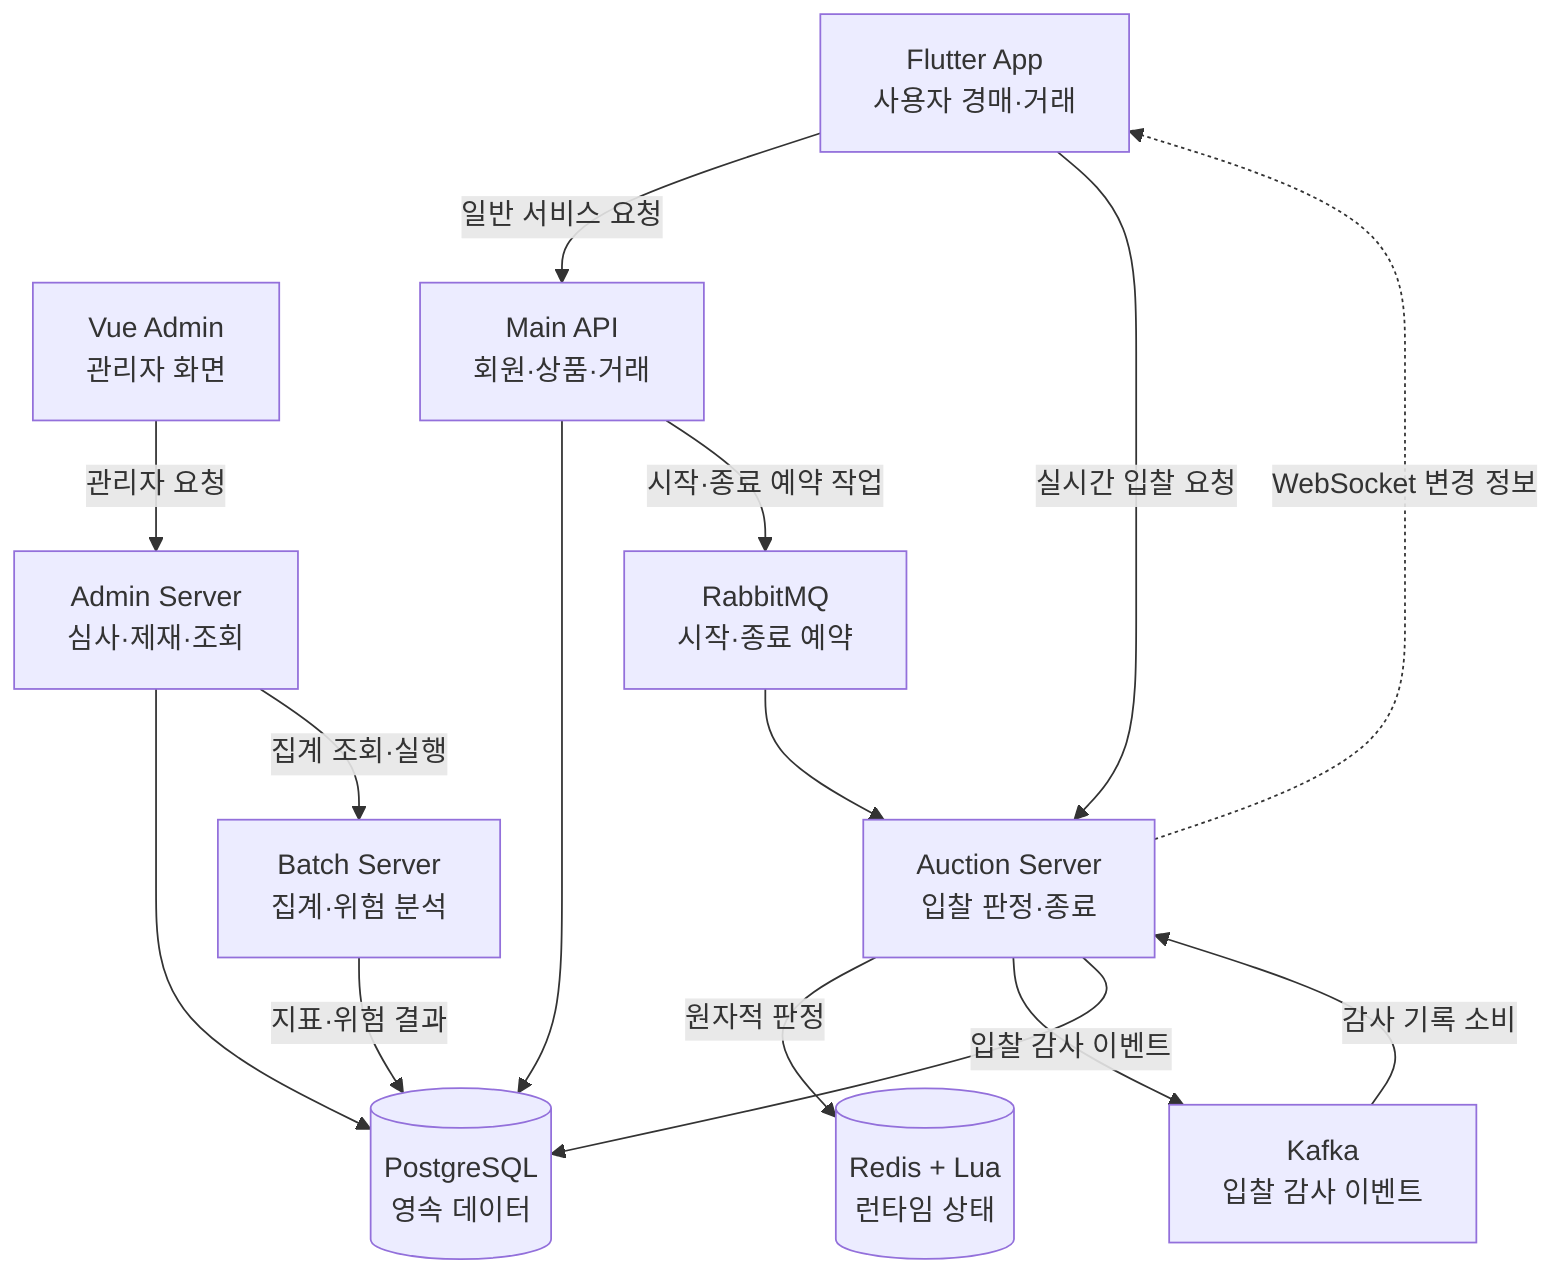
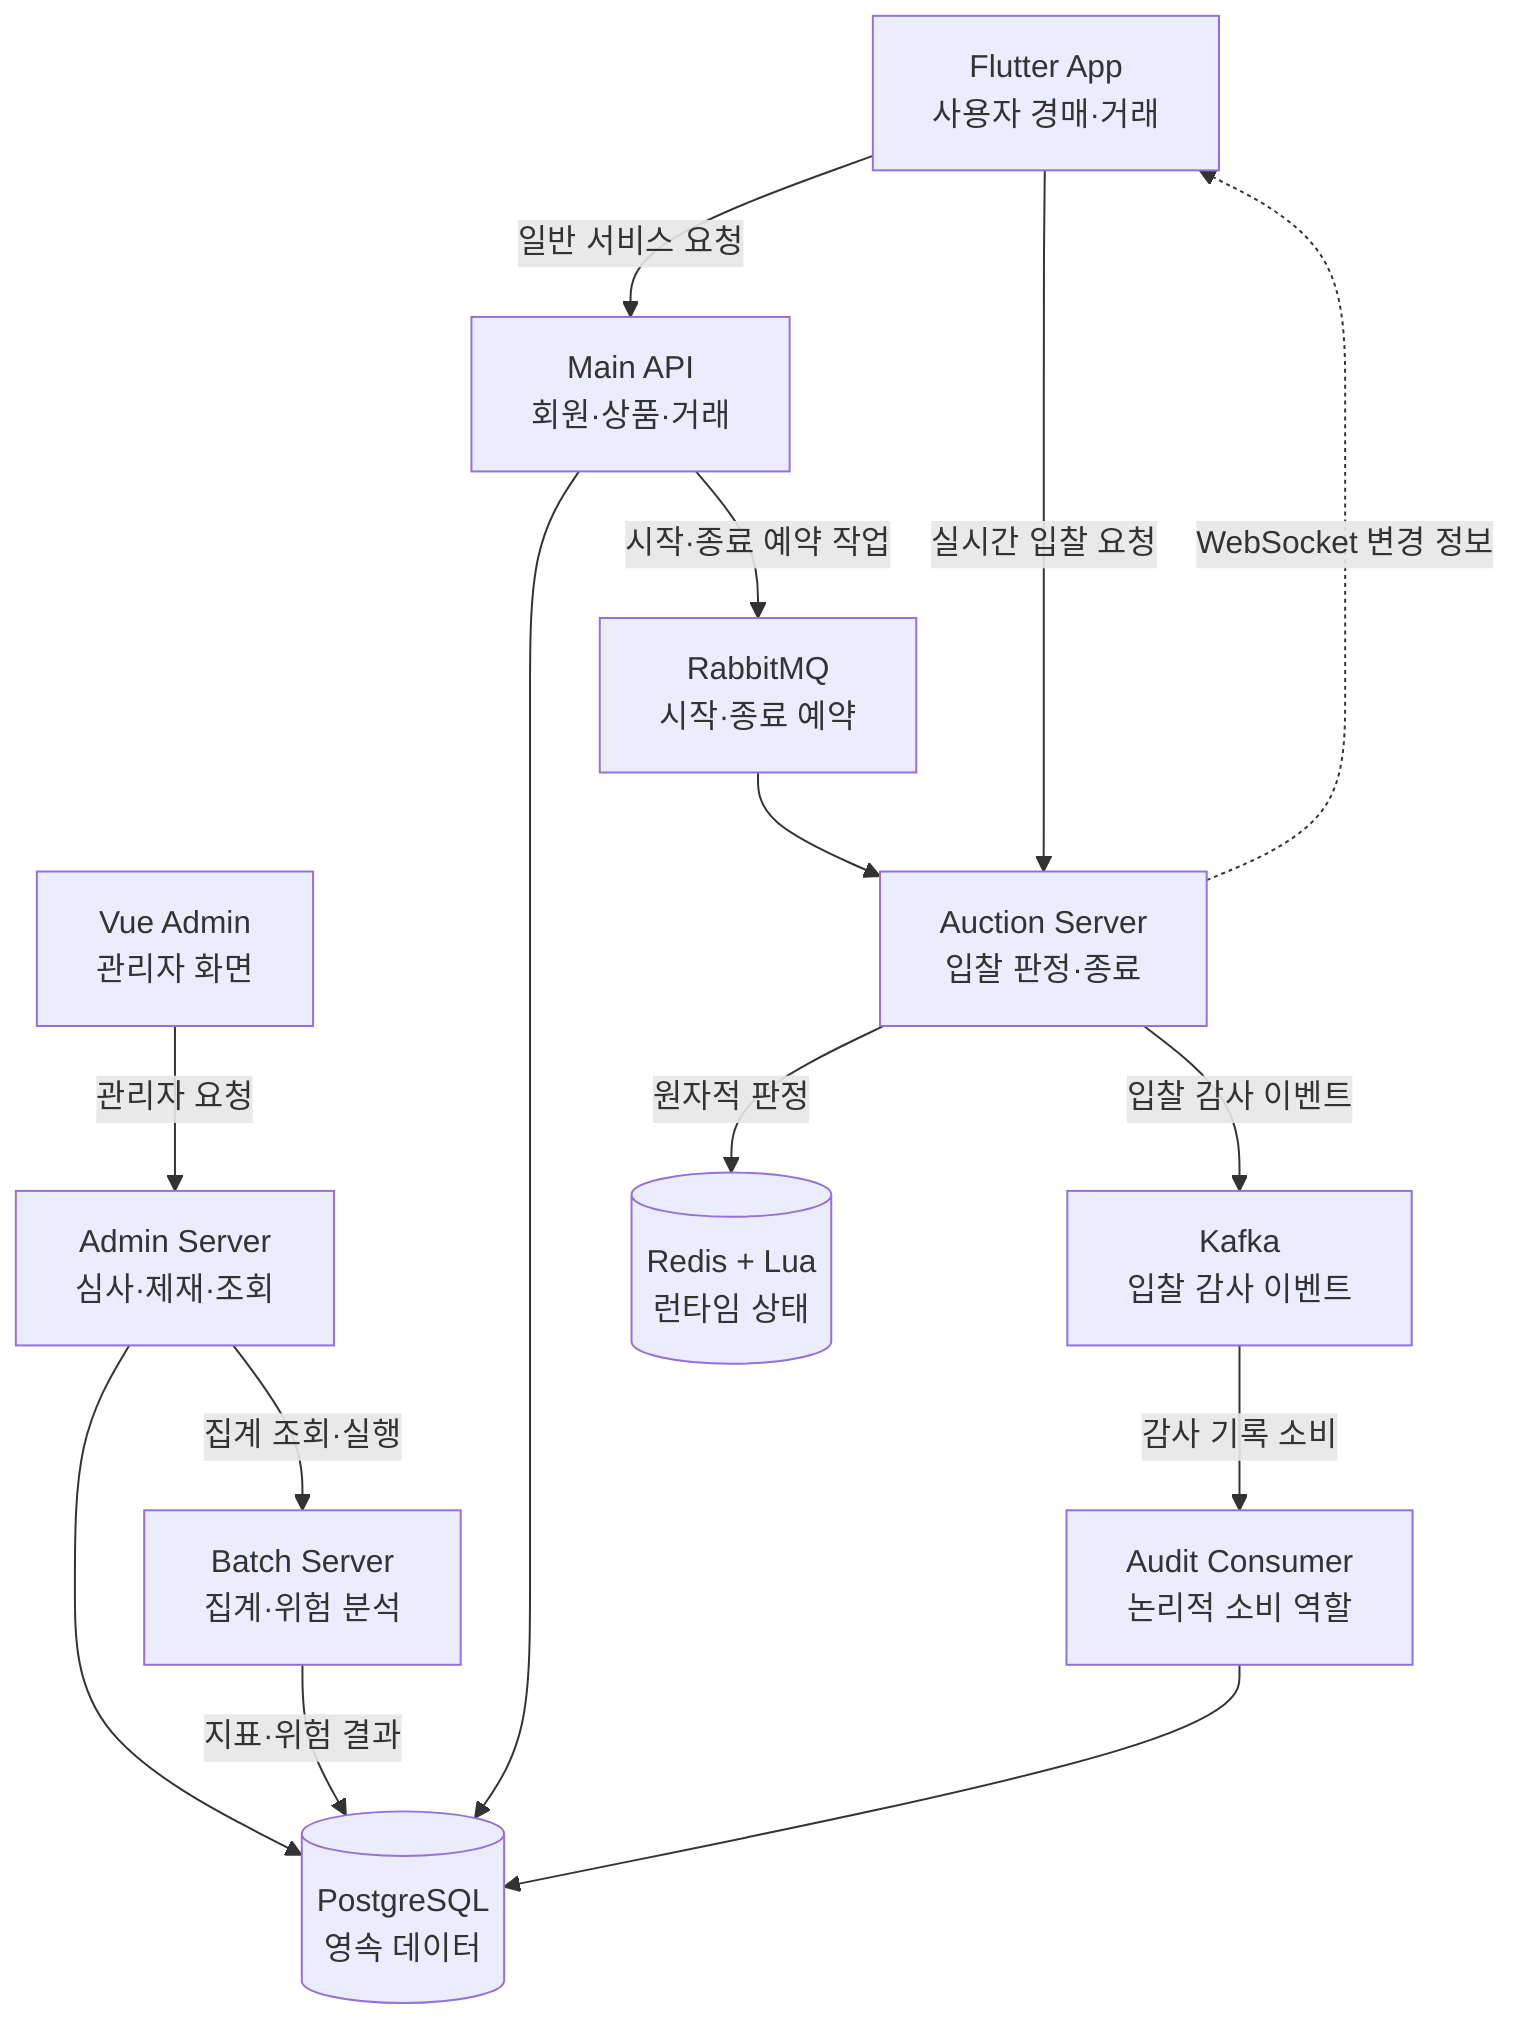
flowchart TB
    App["Flutter App\n사용자 경매·거래"]
    AdminWeb["Vue Admin\n관리자 화면"]
    Main["Main API\n회원·상품·거래"]
    Auction["Auction Server\n입찰 판정·종료"]
    Admin["Admin Server\n심사·제재·조회"]
    Batch["Batch Server\n집계·위험 분석"]
    DB[("PostgreSQL\n영속 데이터")]
    Redis[("Redis + Lua\n런타임 상태")]
    Rabbit["RabbitMQ\n시작·종료 예약"]
    Kafka["Kafka\n입찰 감사 이벤트"]
+     Audit["Audit Consumer\n논리적 소비 역할"]

    App -->|"일반 서비스 요청"| Main
    Main --> DB
    App -->|"실시간 입찰 요청"| Auction
    Auction -->|"원자적 판정"| Redis
    Auction -.->|"WebSocket 변경 정보"| App
    Main -->|"시작·종료 예약 작업"| Rabbit
    Rabbit --> Auction
    Auction -->|"입찰 감사 이벤트"| Kafka
-     Kafka -->|"감사 기록 소비"| Auction
-     Auction --> DB
+     Kafka -->|"감사 기록 소비"| Audit
+     Audit --> DB
    AdminWeb -->|"관리자 요청"| Admin
    Admin --> DB
    Batch -->|"지표·위험 결과"| DB
    Admin -->|"집계 조회·실행"| Batch

+     %% Audit Consumer는 처리 책임을 설명하기 위한 논리적 역할이며 별도 서버를 뜻하지 않습니다.
